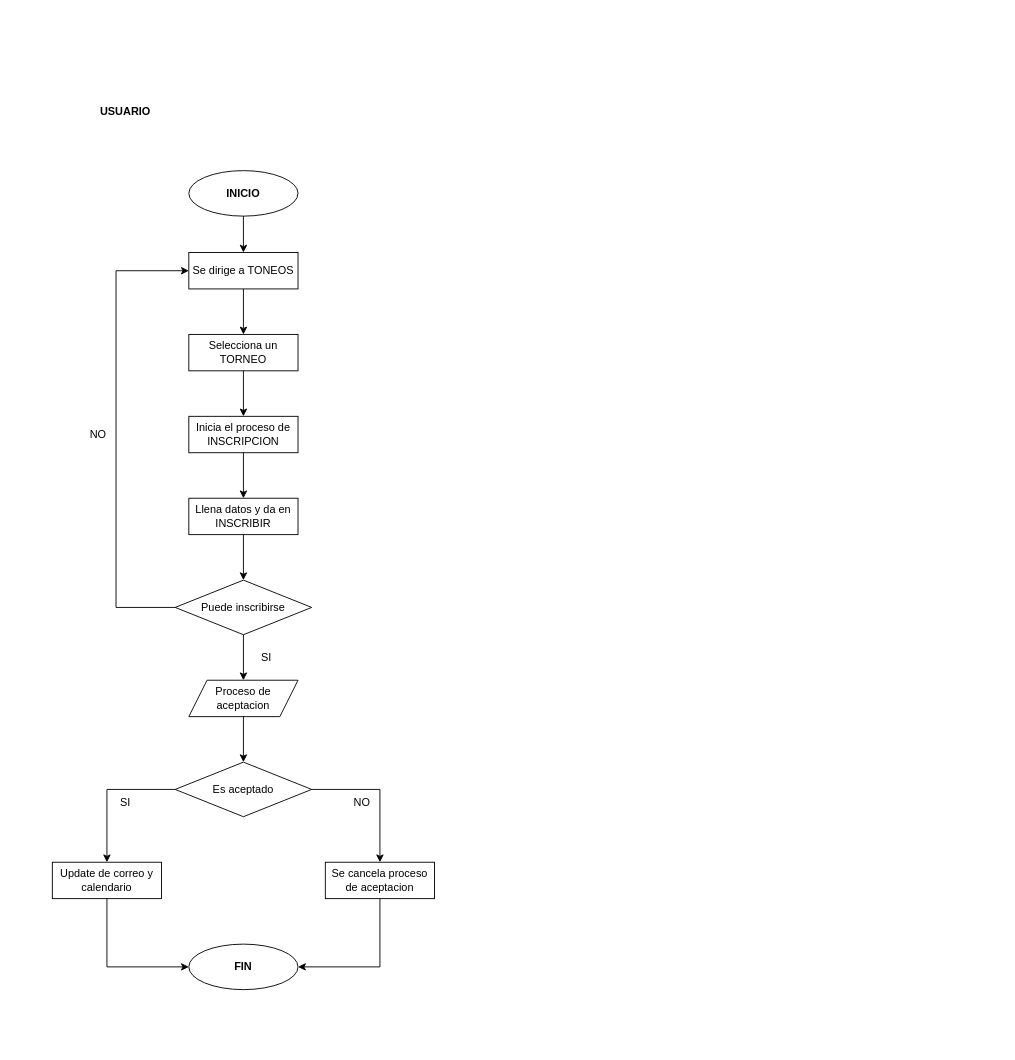
This is Untitled Diagram.drawio from JosephBaquerizo/kruger-challenge, a draw.io file, before an edit. Source tidied: cells renumbered, new cells numbered last; positions are measured from the earlier drawing's top-left corner, leaving out a move shared by most shapes. Both pictures are drawn from the tidied source at 91%, with x=0, y=0 at pixel (52, 97).
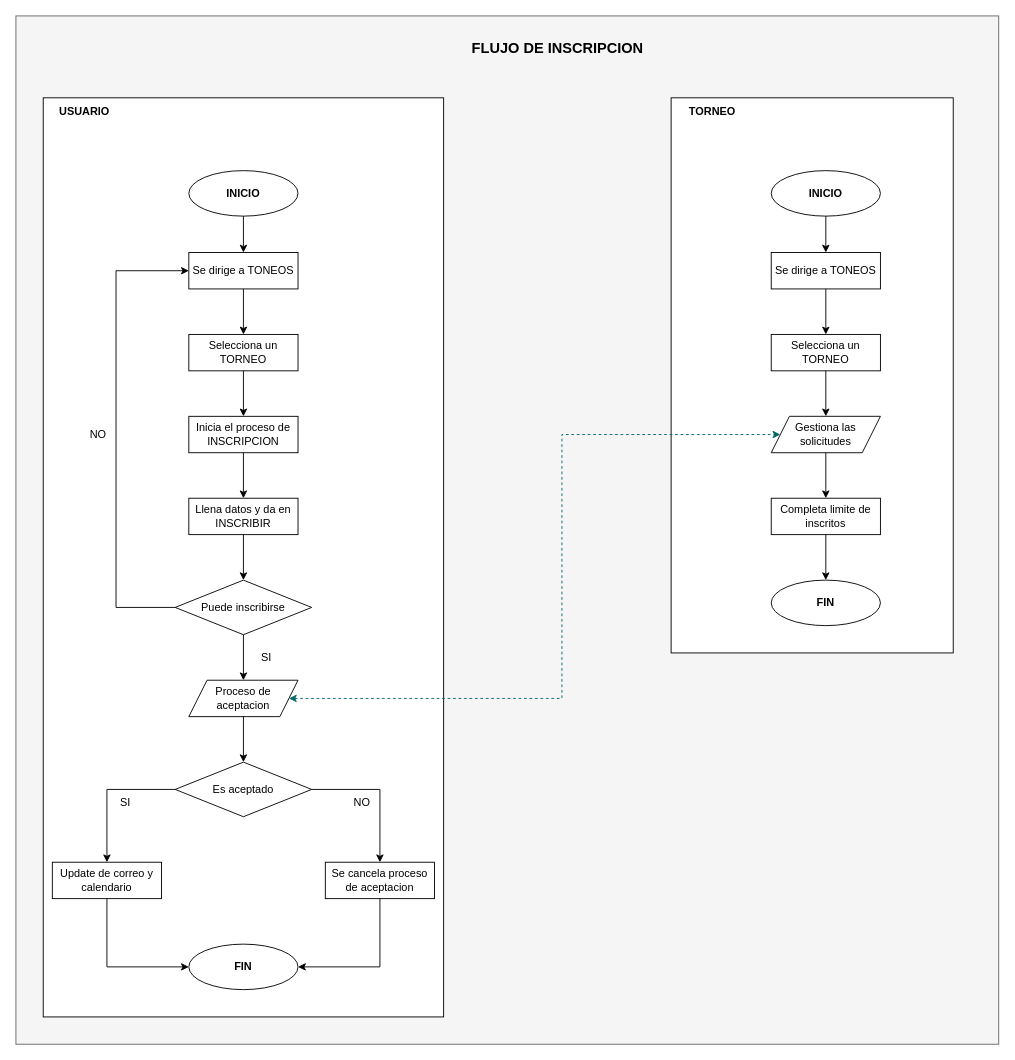
After the change.

Commit message:
tornio-flujoInscripcion

Change to the diagram source:
```diff
@@
+    <mxCell id="30" style="rounded=0;whiteSpace=wrap;html=1;fillColor=#f5f5f5;fontColor=#333333;strokeColor=#666666;" parent="1" vertex="1">
+      <mxGeometry x="-40" y="-90" width="1080" height="1130" as="geometry" />
+    </mxCell>
+    <mxCell id="31" style="rounded=0;whiteSpace=wrap;html=1;" parent="1" vertex="1">
+      <mxGeometry x="680" width="310" height="610" as="geometry" />
+    </mxCell>
+    <mxCell id="32" style="rounded=0;whiteSpace=wrap;html=1;" parent="1" vertex="1">
+      <mxGeometry x="-10" width="440" height="1010" as="geometry" />
+    </mxCell>
@@
     <mxCell id="3" value="&lt;b&gt;USUARIO&lt;/b&gt;" style="text;html=1;align=center;verticalAlign=middle;strokeColor=none;fillColor=none;" parent="1" vertex="1">
-      <mxGeometry x="35" width="90" height="30" as="geometry" />
+      <mxGeometry x="-10" width="90" height="30" as="geometry" />
     </mxCell>
@@
+    <mxCell id="33" value="&lt;b&gt;INICIO&lt;/b&gt;" style="ellipse;whiteSpace=wrap;html=1;" parent="1" vertex="1">
+      <mxGeometry x="790" y="80" width="120" height="50" as="geometry" />
+    </mxCell>
+    <mxCell id="34" value="&lt;div&gt;&lt;b&gt;TORNEO&lt;/b&gt;&lt;/div&gt;" style="text;html=1;align=center;verticalAlign=middle;strokeColor=none;fillColor=none;" parent="1" vertex="1">
+      <mxGeometry x="685" width="80" height="30" as="geometry" />
+    </mxCell>
+    <mxCell id="35" value="&lt;font size=&quot;1&quot;&gt;&lt;b style=&quot;font-size: 16px;&quot;&gt;FLUJO DE INSCRIPCION&lt;/b&gt;&lt;/font&gt;" style="text;html=1;align=center;verticalAlign=middle;strokeColor=none;fillColor=none;" parent="1" vertex="1">
+      <mxGeometry x="430" y="-70" width="250" height="30" as="geometry" />
+    </mxCell>
+    <mxCell id="36" value="Se dirige a TONEOS" style="whiteSpace=wrap;html=1;" parent="1" vertex="1">
+      <mxGeometry x="790" y="170" width="120" height="40" as="geometry" />
+    </mxCell>
+    <mxCell id="37" value="Selecciona un TORNEO" style="whiteSpace=wrap;html=1;" parent="1" vertex="1">
+      <mxGeometry x="790" y="260" width="120" height="40" as="geometry" />
+    </mxCell>
+    <mxCell id="38" value="Gestiona las solicitudes" style="shape=parallelogram;perimeter=parallelogramPerimeter;whiteSpace=wrap;html=1;fixedSize=1;" parent="1" vertex="1">
+      <mxGeometry x="790" y="350" width="120" height="40" as="geometry" />
+    </mxCell>
+    <mxCell id="39" value="Completa limite de inscritos" style="rounded=0;whiteSpace=wrap;html=1;" parent="1" vertex="1">
+      <mxGeometry x="790" y="440" width="120" height="40" as="geometry" />
+    </mxCell>
+    <mxCell id="40" value="&lt;b&gt;FIN&lt;/b&gt;" style="ellipse;whiteSpace=wrap;html=1;" parent="1" vertex="1">
+      <mxGeometry x="790" y="530" width="120" height="50" as="geometry" />
+    </mxCell>
+    <mxCell id="41" style="endArrow=classic;html=1;rounded=0;exitX=0.5;exitY=1;exitDx=0;exitDy=0;entryX=0.5;entryY=0;entryDx=0;entryDy=0;" parent="1" edge="1" source="36" target="37">
+      <mxGeometry relative="1" as="geometry" />
+    </mxCell>
+    <mxCell id="42" style="endArrow=classic;html=1;rounded=0;exitX=0.5;exitY=1;exitDx=0;exitDy=0;entryX=0.5;entryY=0;entryDx=0;entryDy=0;" parent="1" edge="1" source="37" target="38">
+      <mxGeometry relative="1" as="geometry" />
+    </mxCell>
+    <mxCell id="43" style="endArrow=classic;html=1;rounded=0;exitX=0.5;exitY=1;exitDx=0;exitDy=0;entryX=0.5;entryY=0;entryDx=0;entryDy=0;" parent="1" edge="1" source="38" target="39">
+      <mxGeometry relative="1" as="geometry" />
+    </mxCell>
+    <mxCell id="44" style="endArrow=classic;html=1;rounded=0;exitX=0.5;exitY=1;exitDx=0;exitDy=0;entryX=0.5;entryY=0;entryDx=0;entryDy=0;" parent="1" edge="1" source="39" target="40">
+      <mxGeometry relative="1" as="geometry" />
+    </mxCell>
+    <mxCell id="45" style="endArrow=classic;html=1;rounded=0;exitX=0.5;exitY=1;exitDx=0;exitDy=0;" parent="1" edge="1" source="33">
+      <mxGeometry relative="1" as="geometry">
+        <mxPoint x="850" y="170" as="targetPoint" />
+      </mxGeometry>
+    </mxCell>
+    <mxCell id="46" style="endArrow=classic;startArrow=classic;html=1;rounded=0;entryX=0;entryY=0.5;entryDx=0;entryDy=0;dashed=1;fillColor=#e1d5e7;strokeColor=#006666;" parent="1" edge="1" target="38">
+      <mxGeometry relative="1" as="geometry">
+        <mxPoint x="260" y="660" as="sourcePoint" />
+        <Array as="points">
+          <mxPoint x="560" y="660" />
+          <mxPoint x="560" y="370" />
+        </Array>
+      </mxGeometry>
+    </mxCell>
```
